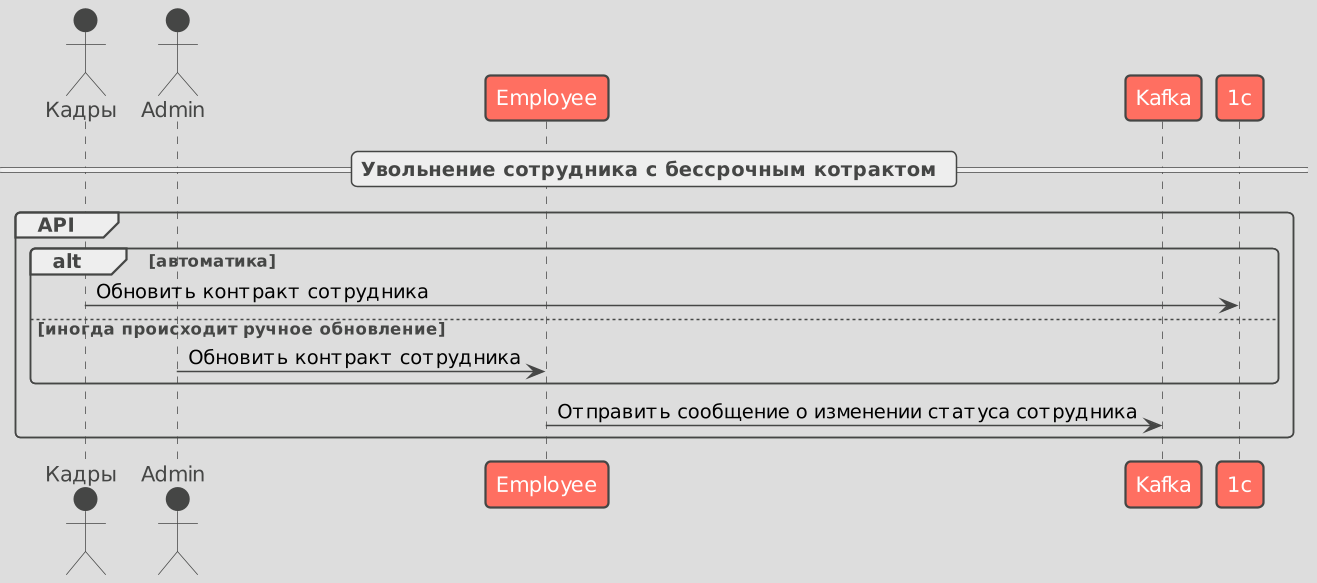
Above: samples/adr/img/flow-overview.png in mshogin/archops (PlantUML), before the change. Source of this version:
```plantuml
@startuml
!theme toy
scale 1.5

actor "Кадры" as kadry
actor "Admin" as admin
participant "Employee" as hr
participant "Kafka" as kafka

== Увольнение сотрудника с бессрочным котрактом ==
group  API
        alt автоматика
                kadry -> 1c: Обновить контракт сотрудника
        else иногда происходит ручное обновление
                admin -> hr: Обновить контракт сотрудника
        end

        hr -> kafka: Отправить сообщение о изменении статуса сотрудника
end


@enduml
```
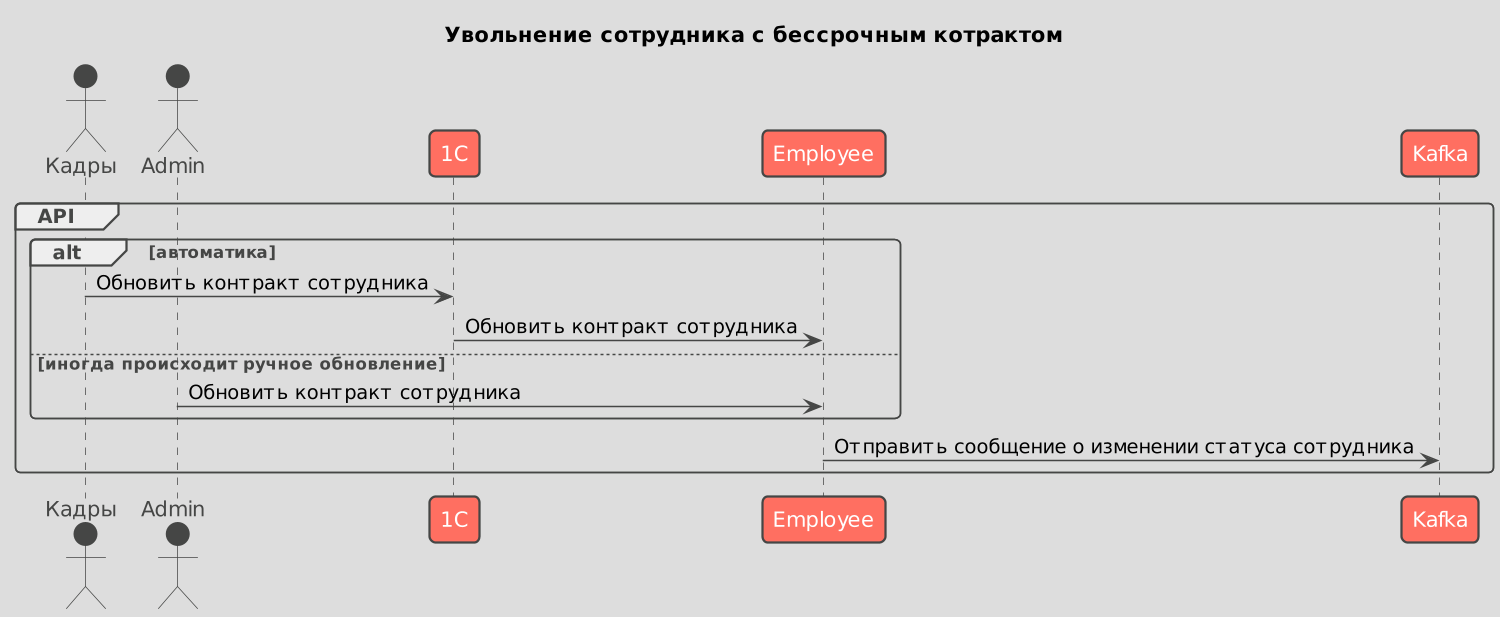
After the change.

Commit message:
ADR example

What changed in the source:
```diff
@@ -4,13 +4,15 @@
 
 actor "Кадры" as kadry
 actor "Admin" as admin
+participant "1C" as 1c
 participant "Employee" as hr
 participant "Kafka" as kafka
 
-== Увольнение сотрудника с бессрочным котрактом ==
+title Увольнение сотрудника с бессрочным котрактом
 group  API
         alt автоматика
                 kadry -> 1c: Обновить контракт сотрудника
+                1c -> hr: Обновить контракт сотрудника
         else иногда происходит ручное обновление
                 admin -> hr: Обновить контракт сотрудника
         end
```
